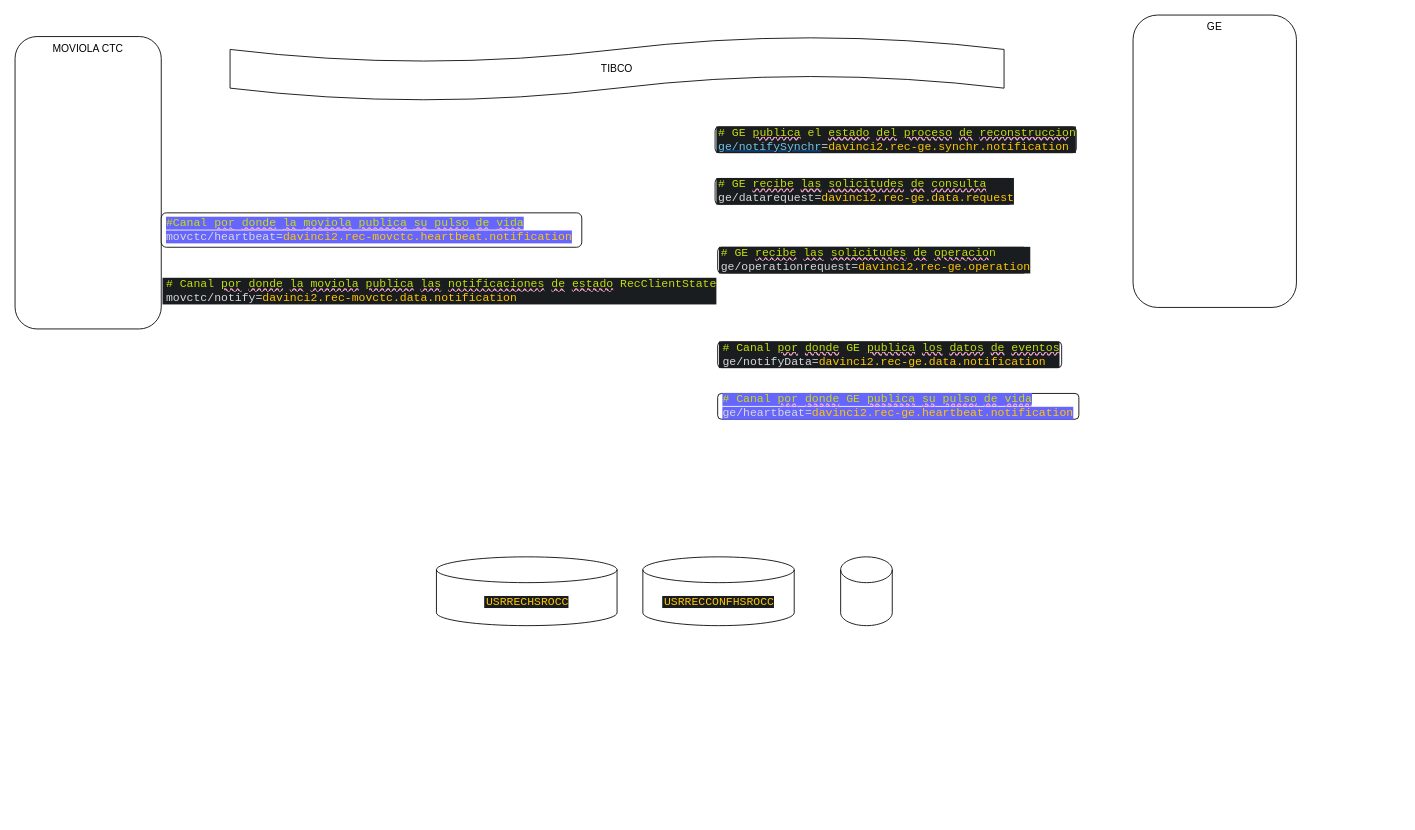
Above: hhrmg.drawio in jeongon/HHRmovCTCge (draw.io), before the change. Source tidied: cells renumbered, new cells numbered last; positions are measured from the earlier drawing's top-left corner, leaving out a move shared by most shapes. Both pictures are drawn from the tidied source at 86%, with x=0, y=0 at pixel (15, 15).
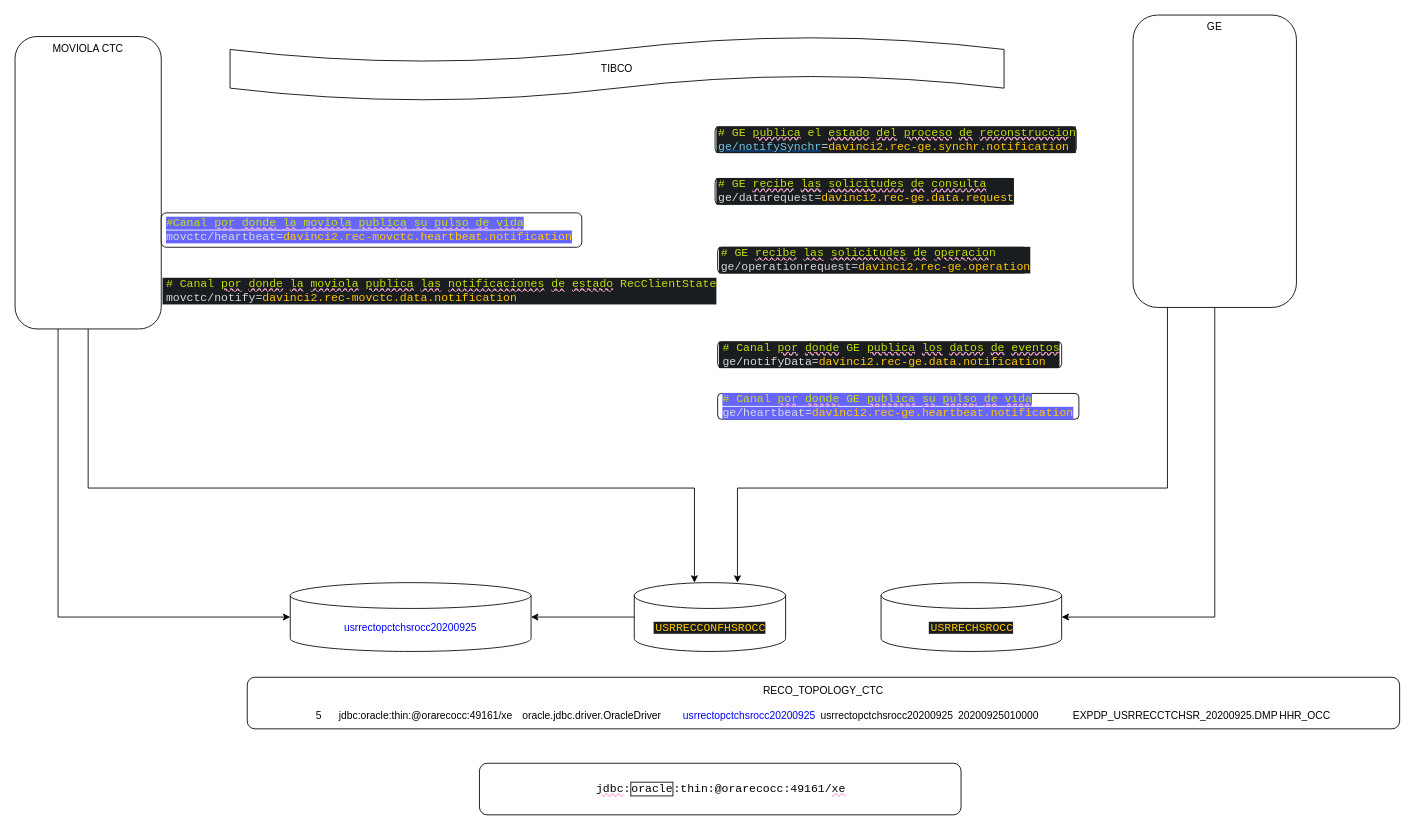
Above is the later version.

Unchanged cells that the change refers to:
```xml
<mxCell id="2" value="MOVIOLA CTC" style="rounded=1;whiteSpace=wrap;html=1;verticalAlign=top;" parent="1" vertex="1">
  <mxGeometry y="25" width="170" height="340" as="geometry" />
</mxCell>
<mxCell id="3" value="GE" style="rounded=1;whiteSpace=wrap;html=1;verticalAlign=top;" parent="1" vertex="1">
  <mxGeometry x="1300" width="190" height="340" as="geometry" />
</mxCell>
```

Change to the diagram source:
```diff
@@
+    <mxCell id="15" style="edgeStyle=orthogonalEdgeStyle;rounded=0;jettySize=auto;html=1;" parent="1" edge="1" source="3" target="6">
+      <mxGeometry relative="1" as="geometry">
+        <Array as="points">
+          <mxPoint x="1395" y="650" />
+          <mxPoint x="1395" y="650" />
+        </Array>
+      </mxGeometry>
+    </mxCell>
@@
-    <mxCell id="5" style="shape=cylinder3;whiteSpace=wrap;html=1;boundedLbl=1;backgroundOutline=1;size=15;" parent="1" vertex="1">
-      <mxGeometry x="960" y="630" width="60" height="80" as="geometry" />
+    <mxCell id="5" value="&lt;span style=&quot;color: rgb(0, 0, 255);&quot;&gt;usrrectopctchsrocc20200925&lt;/span&gt;" style="shape=cylinder3;whiteSpace=wrap;html=1;boundedLbl=1;backgroundOutline=1;size=15;" parent="1" vertex="1">
+      <mxGeometry x="320" y="660" width="280" height="80" as="geometry" />
     </mxCell>
     <mxCell id="6" value="&lt;span style=&quot;background-color:#191d1f;padding:0px 0px 0px 2px;&quot;&gt;&lt;span style=&quot;color: rgb(199, 205, 209); font-family: &amp;quot;Courier New&amp;quot;; font-size: 10pt; white-space: pre;&quot;&gt;&lt;span style=&quot;color:#d8d8d8;&quot;&gt;&lt;/span&gt;&lt;span style=&quot;color:#ffc600;&quot;&gt;USRRECHSROCC&lt;/span&gt;&lt;/span&gt;&lt;/span&gt;" style="shape=cylinder3;whiteSpace=wrap;html=1;boundedLbl=1;backgroundOutline=1;size=15;" parent="1" vertex="1">
-      <mxGeometry x="490" y="630" width="210" height="80" as="geometry" />
+      <mxGeometry x="1007" y="660" width="210" height="80" as="geometry" />
     </mxCell>
     <mxCell id="7" value="&lt;span style=&quot;background-color:#191d1f;padding:0px 0px 0px 2px;&quot;&gt;&lt;span style=&quot;color: rgb(199, 205, 209); font-family: &amp;quot;Courier New&amp;quot;; font-size: 10pt; white-space: pre;&quot;&gt;&lt;span style=&quot;color:#d8d8d8;&quot;&gt;&lt;/span&gt;&lt;span style=&quot;color:#ffc600;&quot;&gt;USRRECCONFHSROCC&lt;/span&gt;&lt;/span&gt;&lt;/span&gt;" style="shape=cylinder3;whiteSpace=wrap;html=1;boundedLbl=1;backgroundOutline=1;size=15;" parent="1" vertex="1">
-      <mxGeometry x="730" y="630" width="176" height="80" as="geometry" />
+      <mxGeometry x="720" y="660" width="176" height="80" as="geometry" />
     </mxCell>
@@
+    <mxCell id="16" style="edgeStyle=orthogonalEdgeStyle;rounded=0;jettySize=auto;html=1;" parent="1" edge="1" source="3" target="7">
+      <mxGeometry relative="1" as="geometry">
+        <Array as="points">
+          <mxPoint x="1340" y="550" />
+          <mxPoint x="840" y="550" />
+        </Array>
+      </mxGeometry>
+    </mxCell>
+    <mxCell id="17" style="edgeStyle=orthogonalEdgeStyle;rounded=0;jettySize=auto;html=1;" parent="1" edge="1" source="2" target="7">
+      <mxGeometry relative="1" as="geometry">
+        <Array as="points">
+          <mxPoint x="85" y="550" />
+          <mxPoint x="790" y="550" />
+        </Array>
+      </mxGeometry>
+    </mxCell>
+    <mxCell id="18" style="edgeStyle=orthogonalEdgeStyle;rounded=0;jettySize=auto;html=1;entryX=0;entryY=0.5;entryDx=0;entryDy=0;entryPerimeter=0;" parent="1" edge="1" source="2" target="5">
+      <mxGeometry relative="1" as="geometry">
+        <Array as="points">
+          <mxPoint x="50" y="700" />
+        </Array>
+      </mxGeometry>
+    </mxCell>
+    <mxCell id="19" value="&lt;pre&gt;&lt;span style=&quot;padding: 0px 0px 0px 2px;&quot;&gt;&lt;span style=&quot;font-family: &amp;quot;Courier New&amp;quot;; font-size: 10pt; white-space: pre;&quot;&gt;&lt;span style=&quot;text-decoration-line: underline; text-decoration-color: rgb(253, 170, 211); text-decoration-style: wavy;&quot;&gt;jdbc&lt;/span&gt;:&lt;span style=&quot;border: 1pt solid rgb(0, 0, 0);&quot;&gt;oracle&lt;/span&gt;:thin:@orarecocc:49161/&lt;span style=&quot;text-decoration-line: underline; text-decoration-color: rgb(253, 170, 211); text-decoration-style: wavy;&quot;&gt;xe&lt;/span&gt;&lt;/span&gt;&lt;/span&gt;&lt;/pre&gt;" style="rounded=1;whiteSpace=wrap;html=1;" parent="1" vertex="1">
+      <mxGeometry x="540" y="870" width="560" height="60" as="geometry" />
+    </mxCell>
+    <mxCell id="20" value="RECO_TOPOLOGY_CTC&lt;div&gt;&lt;br&gt;&lt;/div&gt;&lt;div&gt;5&lt;span style=&quot;white-space:pre&quot;&gt;&#9;&lt;/span&gt;jdbc:oracle:thin:@orarecocc:49161/xe&lt;span style=&quot;white-space:pre&quot;&gt;&#9;&lt;/span&gt;oracle.jdbc.driver.OracleDriver&lt;span style=&quot;white-space:pre&quot;&gt;&#9;&lt;/span&gt;&lt;font color=&quot;#0000ff&quot;&gt;usrrectopctchsrocc20200925&lt;/font&gt;&lt;span style=&quot;white-space:pre&quot;&gt;&#9;&lt;/span&gt;usrrectopctchsrocc20200925&lt;span style=&quot;white-space:pre&quot;&gt;&#9;&lt;/span&gt;20200925010000&lt;span style=&quot;white-space:pre&quot;&gt;&#9;&#9;&lt;/span&gt;EXPDP_USRRECCTCHSR_20200925.DMP&lt;span style=&quot;white-space:pre&quot;&gt;&#9;&lt;/span&gt;HHR_OCC&lt;br&gt;&lt;/div&gt;" style="rounded=1;whiteSpace=wrap;html=1;" parent="1" vertex="1">
+      <mxGeometry x="270" y="770" width="1340" height="60" as="geometry" />
+    </mxCell>
+    <mxCell id="21" style="edgeStyle=orthogonalEdgeStyle;rounded=0;jettySize=auto;html=1;entryX=1;entryY=0.5;entryDx=0;entryDy=0;entryPerimeter=0;" parent="1" edge="1" source="7" target="5">
+      <mxGeometry relative="1" as="geometry" />
+    </mxCell>
```
